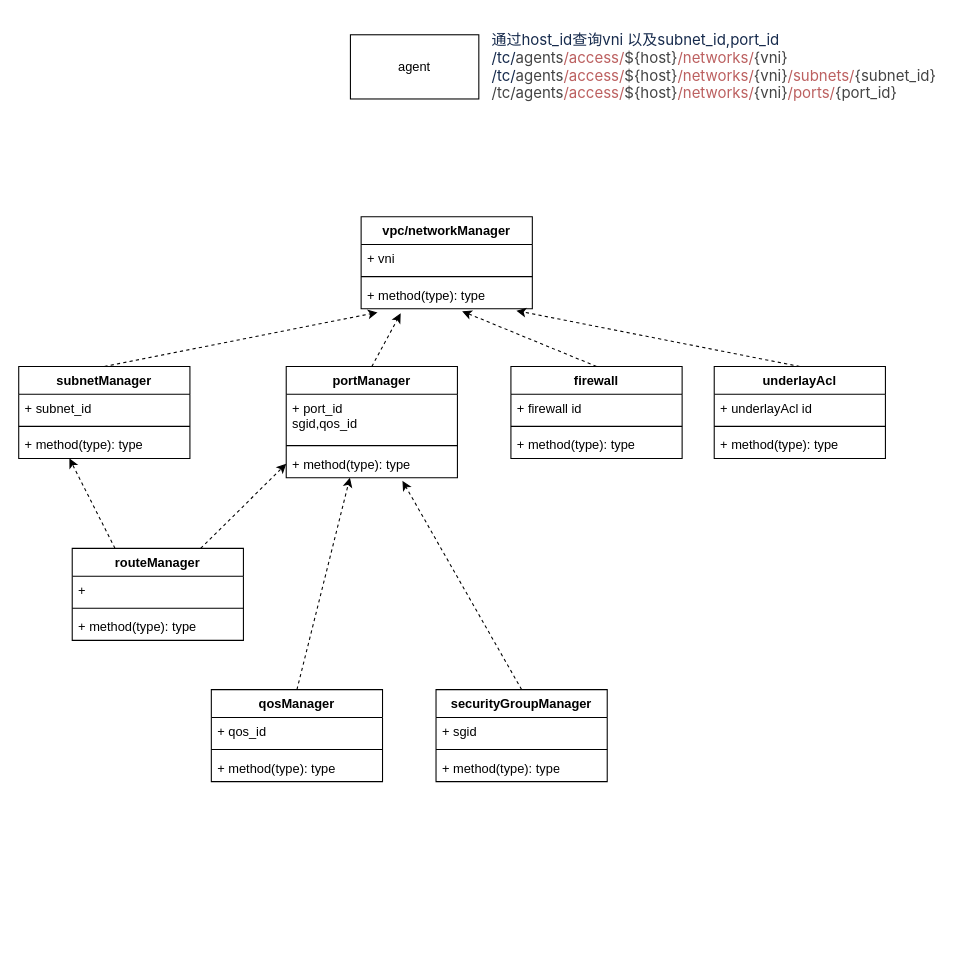
Before: 资源依赖梳理.drawio in cola1998/CSDN-, a draw.io diagram. Source tidied: cells renumbered, new cells numbered last; positions are measured from the earlier drawing's top-left corner, leaving out a move shared by most shapes. Both pictures are drawn from the tidied source at 107%, with x=0, y=0 at pixel (18, 18).
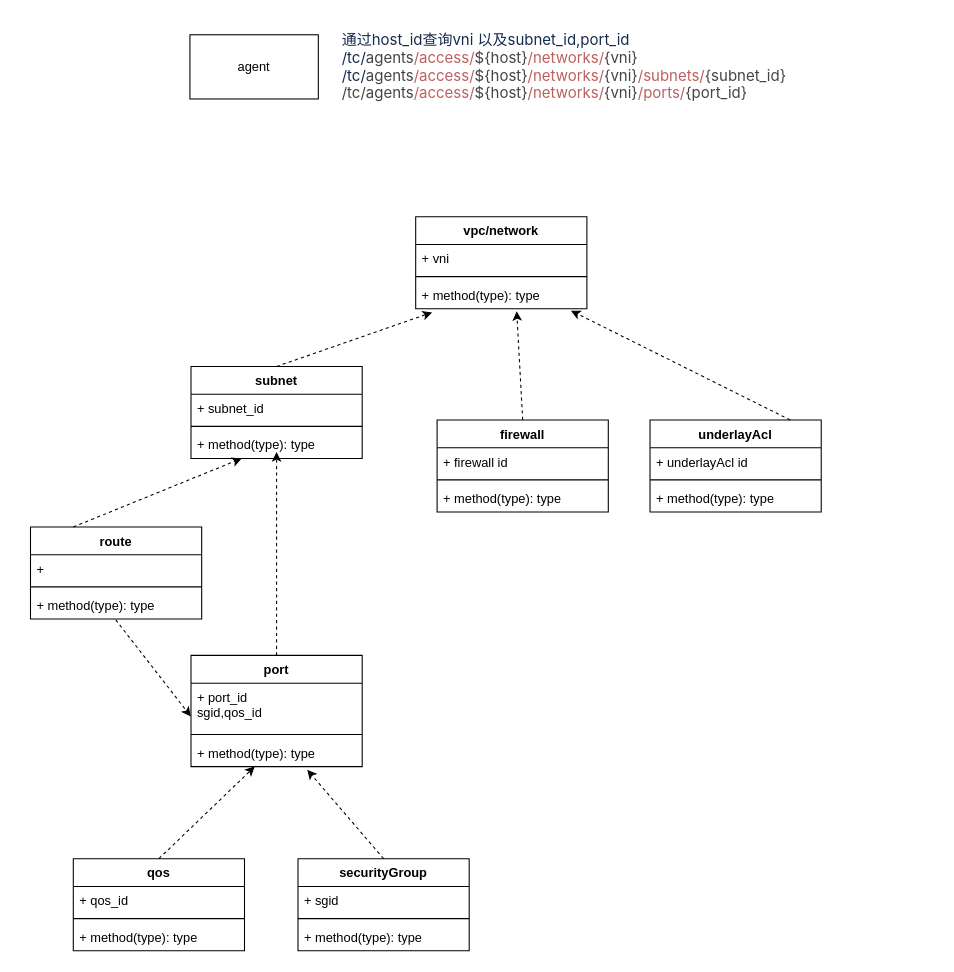
Above is the later version.

Commit message:
更新资源依赖梳理.drawio

The change refers to these unchanged cells:
```xml
<mxCell id="8" value="+ method(type): type" style="text;strokeColor=none;fillColor=none;align=left;verticalAlign=top;spacingLeft=4;spacingRight=4;overflow=hidden;points=[[0,0.5],[1,0.5]];portConstraint=eastwest;whiteSpace=wrap;html=1;" parent="5" vertex="1">
  <mxGeometry y="60" width="160" height="26" as="geometry" />
</mxCell>
<mxCell id="14" value="+ port_id&lt;br&gt;sgid,qos_id" style="text;strokeColor=none;fillColor=none;align=left;verticalAlign=top;spacingLeft=4;spacingRight=4;overflow=hidden;points=[[0,0.5],[1,0.5]];portConstraint=eastwest;whiteSpace=wrap;html=1;" parent="13" vertex="1">
  <mxGeometry y="26" width="160" height="44" as="geometry" />
</mxCell>
<mxCell id="16" value="+ method(type): type" style="text;strokeColor=none;fillColor=none;align=left;verticalAlign=top;spacingLeft=4;spacingRight=4;overflow=hidden;points=[[0,0.5],[1,0.5]];portConstraint=eastwest;whiteSpace=wrap;html=1;" parent="13" vertex="1">
  <mxGeometry y="78" width="160" height="26" as="geometry" />
</mxCell>
<mxCell id="31" value="+ method(type): type" style="text;strokeColor=none;fillColor=none;align=left;verticalAlign=top;spacingLeft=4;spacingRight=4;overflow=hidden;points=[[0,0.5],[1,0.5]];portConstraint=eastwest;whiteSpace=wrap;html=1;" parent="28" vertex="1">
  <mxGeometry y="60" width="160" height="26" as="geometry" />
</mxCell>
```

What changed in the source:
```diff
@@
     <mxCell id="2" value="agent" style="rounded=0;whiteSpace=wrap;html=1;" parent="1" vertex="1">
-      <mxGeometry x="310" y="15" width="120" height="60" as="geometry" />
+      <mxGeometry x="160" y="15" width="120" height="60" as="geometry" />
     </mxCell>
     <mxCell id="3" value="&lt;p style=&quot;margin: 0px; padding: 0px; color: rgb(23, 43, 77); font-family: -apple-system, BlinkMacSystemFont, &amp;quot;Segoe UI&amp;quot;, Roboto, Oxygen, Ubuntu, &amp;quot;Fira Sans&amp;quot;, &amp;quot;Droid Sans&amp;quot;, &amp;quot;Helvetica Neue&amp;quot;, sans-serif; font-size: 14px; text-align: left; background-color: rgb(255, 255, 255);&quot;&gt;通过host_id查询vni 以及subnet_id,port_id&lt;/p&gt;&lt;p style=&quot;margin: 0px; padding: 0px; color: rgb(23, 43, 77); font-family: -apple-system, BlinkMacSystemFont, &amp;quot;Segoe UI&amp;quot;, Roboto, Oxygen, Ubuntu, &amp;quot;Fira Sans&amp;quot;, &amp;quot;Droid Sans&amp;quot;, &amp;quot;Helvetica Neue&amp;quot;, sans-serif; font-size: 14px; text-align: left; background-color: rgb(255, 255, 255);&quot;&gt;/tc/&lt;span style=&quot;color: rgb(68, 68, 68);&quot;&gt;agents&lt;/span&gt;&lt;span style=&quot;color: rgb(188, 96, 96);&quot; class=&quot;hljs-regexp&quot;&gt;/access/&lt;/span&gt;&lt;span style=&quot;color: rgb(68, 68, 68);&quot;&gt;${host}&lt;/span&gt;&lt;span style=&quot;color: rgb(188, 96, 96);&quot; class=&quot;hljs-regexp&quot;&gt;/networks/&lt;/span&gt;&lt;span style=&quot;color: rgb(68, 68, 68);&quot;&gt;{vni}&lt;/span&gt;&lt;/p&gt;&lt;p style=&quot;margin: 0px; padding: 0px; color: rgb(23, 43, 77); font-family: -apple-system, BlinkMacSystemFont, &amp;quot;Segoe UI&amp;quot;, Roboto, Oxygen, Ubuntu, &amp;quot;Fira Sans&amp;quot;, &amp;quot;Droid Sans&amp;quot;, &amp;quot;Helvetica Neue&amp;quot;, sans-serif; font-size: 14px; text-align: left; background-color: rgb(255, 255, 255);&quot;&gt;/tc/&lt;span style=&quot;border-color: var(--border-color); color: rgb(68, 68, 68);&quot;&gt;agents&lt;/span&gt;&lt;span style=&quot;border-color: var(--border-color); color: rgb(188, 96, 96);&quot; class=&quot;hljs-regexp&quot;&gt;/access/&lt;/span&gt;&lt;span style=&quot;border-color: var(--border-color); color: rgb(68, 68, 68);&quot;&gt;${host}&lt;/span&gt;&lt;span style=&quot;border-color: var(--border-color); color: rgb(188, 96, 96);&quot; class=&quot;hljs-regexp&quot;&gt;/networks/&lt;/span&gt;&lt;span style=&quot;border-color: var(--border-color); color: rgb(68, 68, 68);&quot;&gt;{vni}&lt;/span&gt;&lt;span style=&quot;border-color: var(--border-color); color: rgb(188, 96, 96);&quot; class=&quot;hljs-regexp&quot;&gt;/subnets/&lt;/span&gt;&lt;span style=&quot;border-color: var(--border-color); color: rgb(68, 68, 68);&quot;&gt;{subnet_id}&lt;/span&gt;&lt;span style=&quot;color: rgb(68, 68, 68);&quot;&gt;&lt;br&gt;&lt;/span&gt;&lt;/p&gt;&lt;p style=&quot;margin: 0px; padding: 0px; color: rgb(23, 43, 77); font-family: -apple-system, BlinkMacSystemFont, &amp;quot;Segoe UI&amp;quot;, Roboto, Oxygen, Ubuntu, &amp;quot;Fira Sans&amp;quot;, &amp;quot;Droid Sans&amp;quot;, &amp;quot;Helvetica Neue&amp;quot;, sans-serif; font-size: 14px; text-align: left; background-color: rgb(255, 255, 255);&quot;&gt;&lt;span style=&quot;border-color: var(--border-color); color: rgb(68, 68, 68);&quot;&gt;/tc/&lt;span style=&quot;border-color: var(--border-color);&quot;&gt;agents&lt;/span&gt;&lt;span style=&quot;border-color: var(--border-color); color: rgb(188, 96, 96);&quot; class=&quot;hljs-regexp&quot;&gt;/access/&lt;/span&gt;&lt;span style=&quot;border-color: var(--border-color);&quot;&gt;${host}&lt;/span&gt;&lt;span style=&quot;border-color: var(--border-color); color: rgb(188, 96, 96);&quot; class=&quot;hljs-regexp&quot;&gt;/networks/&lt;/span&gt;&lt;span style=&quot;border-color: var(--border-color);&quot;&gt;{vni}&lt;/span&gt;&lt;span style=&quot;border-color: var(--border-color); color: rgb(188, 96, 96);&quot; class=&quot;hljs-regexp&quot;&gt;/ports/&lt;/span&gt;&lt;span style=&quot;border-color: var(--border-color);&quot;&gt;{port_id}&lt;/span&gt;&lt;/span&gt;&lt;/p&gt;" style="text;html=1;strokeColor=none;fillColor=none;align=center;verticalAlign=middle;whiteSpace=wrap;rounded=0;" parent="1" vertex="1">
-      <mxGeometry x="450" width="400" height="90" as="geometry" />
+      <mxGeometry x="310" width="400" height="90" as="geometry" />
     </mxCell>
@@
-    <mxCell id="5" value="vpc/networkManager" style="swimlane;fontStyle=1;align=center;verticalAlign=top;horizontal=1;startSize=26;whiteSpace=wrap;html=1;" parent="1" vertex="1">
-      <mxGeometry x="320" y="185" width="160" height="86" as="geometry" />
+    <mxCell id="5" value="vpc/network" style="swimlane;fontStyle=1;align=center;verticalAlign=top;horizontal=1;startSize=26;whiteSpace=wrap;html=1;" parent="1" vertex="1">
+      <mxGeometry x="371" y="185" width="160" height="86" as="geometry" />
     </mxCell>
@@
-    <mxCell id="9" value="subnetManager" style="swimlane;fontStyle=1;align=center;verticalAlign=top;horizontal=1;startSize=26;whiteSpace=wrap;html=1;" parent="1" vertex="1">
-      <mxGeometry y="325" width="160" height="86" as="geometry" />
+    <mxCell id="9" value="subnet" style="swimlane;fontStyle=1;align=center;verticalAlign=top;horizontal=1;startSize=26;whiteSpace=wrap;html=1;" parent="1" vertex="1">
+      <mxGeometry x="161" y="325" width="160" height="86" as="geometry" />
     </mxCell>
@@
-    <mxCell id="13" value="portManager" style="swimlane;fontStyle=1;align=center;verticalAlign=top;horizontal=1;startSize=26;whiteSpace=wrap;html=1;" parent="1" vertex="1">
-      <mxGeometry x="250" y="325" width="160" height="104" as="geometry" />
+    <mxCell id="13" value="port" style="swimlane;fontStyle=1;align=center;verticalAlign=top;horizontal=1;startSize=26;whiteSpace=wrap;html=1;" parent="1" vertex="1">
+      <mxGeometry x="161" y="595" width="160" height="104" as="geometry" />
     </mxCell>
@@
-    <mxCell id="17" style="endArrow=classic;html=1;rounded=0;entryX=0.231;entryY=1.168;entryDx=0;entryDy=0;entryPerimeter=0;dashed=1;exitX=0.5;exitY=0;exitDx=0;exitDy=0;" parent="1" edge="1" source="13" target="8">
-      <mxGeometry relative="1" as="geometry" />
+    <mxCell id="17" style="endArrow=classic;html=1;rounded=0;dashed=1;exitX=0.5;exitY=0;exitDx=0;exitDy=0;" parent="1" edge="1" source="13">
+      <mxGeometry relative="1" as="geometry">
+        <mxPoint x="241" y="405" as="targetPoint" />
+      </mxGeometry>
     </mxCell>
-    <mxCell id="18" value="qosManager" style="swimlane;fontStyle=1;align=center;verticalAlign=top;horizontal=1;startSize=26;whiteSpace=wrap;html=1;" parent="1" vertex="1">
-      <mxGeometry x="180" y="627" width="160" height="86" as="geometry" />
+    <mxCell id="18" value="qos" style="swimlane;fontStyle=1;align=center;verticalAlign=top;horizontal=1;startSize=26;whiteSpace=wrap;html=1;" parent="1" vertex="1">
+      <mxGeometry x="51" y="785" width="160" height="86" as="geometry" />
     </mxCell>
@@
-    <mxCell id="23" value="securityGroupManager" style="swimlane;fontStyle=1;align=center;verticalAlign=top;horizontal=1;startSize=26;whiteSpace=wrap;html=1;" parent="1" vertex="1">
-      <mxGeometry x="390" y="627" width="160" height="86" as="geometry" />
+    <mxCell id="23" value="securityGroup" style="swimlane;fontStyle=1;align=center;verticalAlign=top;horizontal=1;startSize=26;whiteSpace=wrap;html=1;" parent="1" vertex="1">
+      <mxGeometry x="261" y="785" width="160" height="86" as="geometry" />
     </mxCell>
@@
-    <mxCell id="28" value="routeManager" style="swimlane;fontStyle=1;align=center;verticalAlign=top;horizontal=1;startSize=26;whiteSpace=wrap;html=1;" parent="1" vertex="1">
-      <mxGeometry x="50" y="495" width="160" height="86" as="geometry" />
+    <mxCell id="28" value="route" style="swimlane;fontStyle=1;align=center;verticalAlign=top;horizontal=1;startSize=26;whiteSpace=wrap;html=1;" parent="1" vertex="1">
+      <mxGeometry x="11" y="475" width="160" height="86" as="geometry" />
     </mxCell>
@@
-    <mxCell id="33" style="endArrow=classic;html=1;rounded=0;dashed=1;exitX=0.75;exitY=0;exitDx=0;exitDy=0;entryX=0;entryY=0.5;entryDx=0;entryDy=0;" parent="1" edge="1" source="28" target="16">
+    <mxCell id="33" style="endArrow=classic;html=1;rounded=0;dashed=1;exitX=0.498;exitY=1.031;exitDx=0;exitDy=0;entryX=-0.001;entryY=0.706;entryDx=0;entryDy=0;entryPerimeter=0;exitPerimeter=0;" parent="1" edge="1" source="31" target="14">
       <mxGeometry relative="1" as="geometry" />
     </mxCell>
     <mxCell id="34" value="firewall" style="swimlane;fontStyle=1;align=center;verticalAlign=top;horizontal=1;startSize=26;whiteSpace=wrap;html=1;" parent="1" vertex="1">
-      <mxGeometry x="460" y="325" width="160" height="86" as="geometry" />
+      <mxGeometry x="391" y="375" width="160" height="86" as="geometry" />
     </mxCell>
@@
     <mxCell id="39" value="underlayAcl&lt;br&gt;" style="swimlane;fontStyle=1;align=center;verticalAlign=top;horizontal=1;startSize=26;whiteSpace=wrap;html=1;" parent="1" vertex="1">
-      <mxGeometry x="650" y="325" width="160" height="86" as="geometry" />
+      <mxGeometry x="590" y="375" width="160" height="86" as="geometry" />
     </mxCell>
@@
-    <mxCell id="43" style="endArrow=classic;html=1;rounded=0;entryX=0.907;entryY=1.071;entryDx=0;entryDy=0;dashed=1;exitX=0.5;exitY=0;exitDx=0;exitDy=0;entryPerimeter=0;" parent="1" edge="1" source="39" target="8">
-      <mxGeometry relative="1" as="geometry" />
+    <mxCell id="43" style="endArrow=classic;html=1;rounded=0;entryX=0.907;entryY=1.071;entryDx=0;entryDy=0;dashed=1;exitX=0.5;exitY=0;exitDx=0;exitDy=0;entryPerimeter=0;" parent="1" edge="1" target="8">
+      <mxGeometry relative="1" as="geometry">
+        <mxPoint x="721" y="375" as="sourcePoint" />
+      </mxGeometry>
     </mxCell>
```
